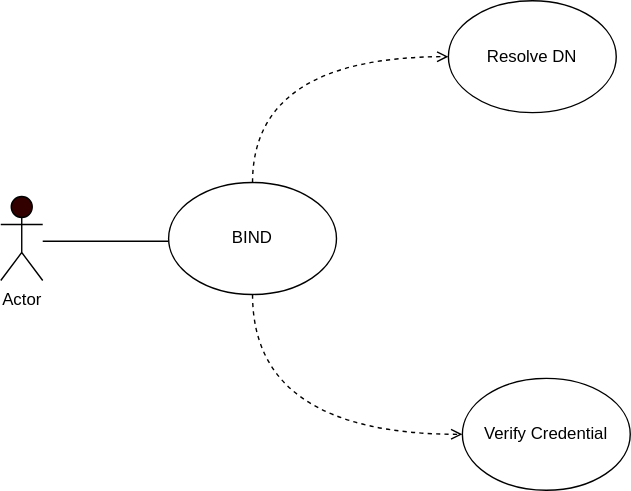
The draw.io diagram Use Case 1 - Bind.drawio.svg in bartelsjoshuac/SAPG, before a commit. Source tidied: cells renumbered, new cells last; positions are measured from the earlier drawing's top-left corner, leaving out a move shared by most shapes.
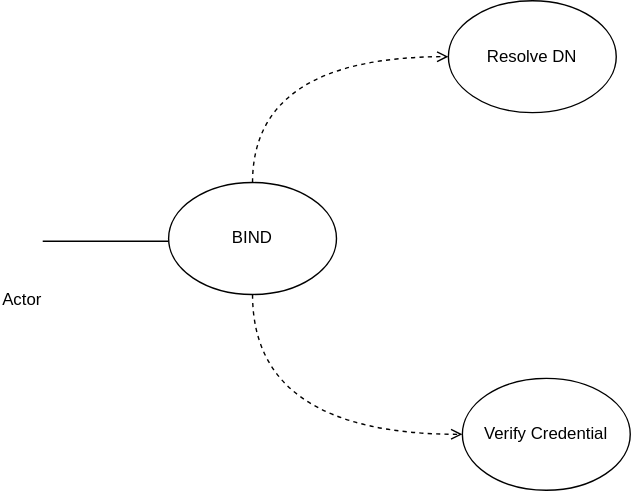
The same file after the commit.

What changed in the source:
```diff
@@ -2,7 +2,7 @@
   <root>
     <mxCell id="0" />
     <mxCell id="1" parent="0" />
-    <mxCell id="2" value="Actor" style="shape=umlActor;verticalLabelPosition=bottom;verticalAlign=top;html=1;fillColor=#330000;" parent="1" vertex="1">
+    <mxCell id="2" value="Actor" style="shape=umlActor;verticalLabelPosition=bottom;verticalAlign=top;html=1;fillColor=#330000;shadow=0;opacity=0;" parent="1" vertex="1">
       <mxGeometry y="140" width="30" height="60" as="geometry" />
     </mxCell>
     <mxCell id="3" style="endArrow=none;html=1;" parent="1" edge="1">
```
